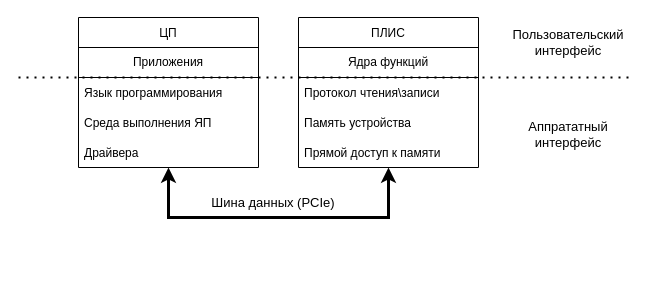
This is Архитектура системы.drawio from gHuwk/pics, a draw.io file, before an edit. Source tidied: cells renumbered, new cells numbered last; positions are measured from the earlier drawing's top-left corner, leaving out a move shared by most shapes. Both pictures are drawn from the tidied source at 100%, with x=0, y=0 at pixel (18, 17).
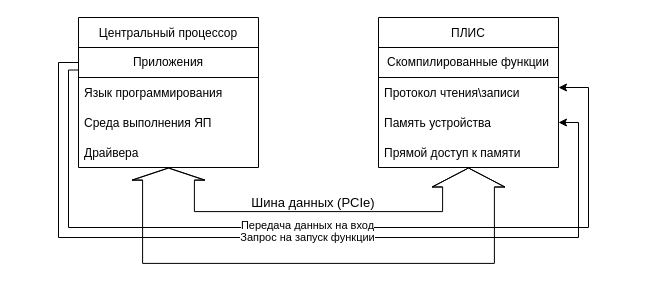
Above is the later version.

The change refers to these unchanged cells:
```xml
<mxCell id="3" value="Приложения" style="rounded=0;whiteSpace=wrap;html=1;" parent="2" vertex="1">
  <mxGeometry y="30" width="180" height="30" as="geometry" />
</mxCell>
<mxCell id="9" value="Протокол чтения\записи" style="text;strokeColor=none;fillColor=none;align=left;verticalAlign=middle;spacingLeft=4;spacingRight=4;overflow=hidden;points=[[0,0.5],[1,0.5]];portConstraint=eastwest;" parent="7" vertex="1">
  <mxGeometry y="60" width="180" height="30" as="geometry" />
</mxCell>
<mxCell id="10" value="Память устройства" style="text;strokeColor=none;fillColor=none;align=left;verticalAlign=middle;spacingLeft=4;spacingRight=4;overflow=hidden;points=[[0,0.5],[1,0.5]];portConstraint=eastwest;" parent="7" vertex="1">
  <mxGeometry y="90" width="180" height="30" as="geometry" />
</mxCell>
```

What changed in the source:
```diff
@@
-    <mxCell id="2" value="ЦП" style="swimlane;fontStyle=0;horizontal=1;startSize=30;" parent="1" vertex="1">
+    <mxCell id="2" value="Центральный процессор" style="swimlane;fontStyle=0;horizontal=1;startSize=30;" parent="1" vertex="1">
       <mxGeometry x="60" width="180" height="150" as="geometry" />
     </mxCell>
@@
     <mxCell id="7" value="ПЛИС" style="swimlane;fontStyle=0;horizontal=1;startSize=30;" parent="1" vertex="1">
-      <mxGeometry x="280" width="180" height="150" as="geometry" />
+      <mxGeometry x="360" width="180" height="150" as="geometry" />
     </mxCell>
-    <mxCell id="8" value="Ядра функций" style="rounded=0;whiteSpace=wrap;html=1;" parent="7" vertex="1">
+    <mxCell id="8" value="Скомпилированные функции" style="rounded=0;whiteSpace=wrap;html=1;" parent="7" vertex="1">
       <mxGeometry y="30" width="180" height="30" as="geometry" />
     </mxCell>
@@
-    <mxCell id="12" style="endArrow=none;dashed=1;html=1;dashPattern=1 3;strokeWidth=2;rounded=0;shadow=0;sketch=0;fontSize=33;" parent="1" edge="1">
-      <mxGeometry relative="1" as="geometry">
-        <mxPoint y="60" as="sourcePoint" />
-        <mxPoint x="610" y="60" as="targetPoint" />
-      </mxGeometry>
-    </mxCell>
-    <mxCell id="13" style="endArrow=classic;startArrow=classic;html=1;rounded=0;shadow=0;sketch=0;fontSize=7;strokeWidth=3;entryX=0.5;entryY=1;entryDx=0;entryDy=0;exitX=0.5;exitY=1;exitDx=0;exitDy=0;" parent="1" edge="1" source="7" target="2">
-      <mxGeometry relative="1" as="geometry">
-        <Array as="points">
-          <mxPoint x="370" y="200" />
-          <mxPoint x="150" y="200" />
-        </Array>
-      </mxGeometry>
-    </mxCell>
     <mxCell id="14" value="&lt;font style=&quot;font-size: 13px;&quot;&gt;Шина данных (PCIe)&lt;br&gt;&lt;/font&gt;" style="text;html=1;strokeColor=none;fillColor=none;align=center;verticalAlign=middle;whiteSpace=wrap;rounded=0;fontSize=7;" parent="1" vertex="1">
-      <mxGeometry x="190" y="170" width="130" height="30" as="geometry" />
+      <mxGeometry x="230" y="170" width="130" height="30" as="geometry" />
     </mxCell>
-    <mxCell id="15" value="Пользовательский интерфейс" style="text;html=1;strokeColor=none;fillColor=none;align=center;verticalAlign=middle;whiteSpace=wrap;rounded=0;fontSize=13;" parent="1" vertex="1">
-      <mxGeometry x="520" y="10" width="60" height="30" as="geometry" />
-    </mxCell>
-    <mxCell id="16" value="Аппрататный интерфейс&lt;br&gt;&lt;div&gt;&lt;br&gt;&lt;/div&gt;" style="text;html=1;strokeColor=none;fillColor=none;align=center;verticalAlign=middle;whiteSpace=wrap;rounded=0;fontSize=13;" parent="1" vertex="1">
-      <mxGeometry x="520" y="110" width="60" height="30" as="geometry" />
-    </mxCell>
+    <mxCell id="17" style="shape=flexArrow;endArrow=classic;startArrow=classic;html=1;rounded=0;width=51.794871794871796;startSize=3.7025641025641027;" parent="1" edge="1" source="2" target="7">
+      <mxGeometry relative="1" as="geometry">
+        <Array as="points">
+          <mxPoint x="150" y="220" />
+          <mxPoint x="450" y="220" />
+        </Array>
+      </mxGeometry>
+    </mxCell>
+    <mxCell id="18" style="edgeStyle=orthogonalEdgeStyle;rounded=0;jettySize=auto;html=1;exitX=0;exitY=0.75;exitDx=0;exitDy=0;" parent="1" edge="1" source="3" target="9">
+      <mxGeometry relative="1" as="geometry">
+        <Array as="points">
+          <mxPoint x="50" y="52" />
+          <mxPoint x="50" y="210" />
+          <mxPoint x="570" y="210" />
+          <mxPoint x="570" y="70" />
+        </Array>
+      </mxGeometry>
+    </mxCell>
+    <mxCell id="19" value="Передача данных на вход" style="edgeLabel;html=1;align=center;verticalAlign=middle;" parent="18" vertex="1">
+      <mxGeometry x="-0.04" y="3" relative="1" as="geometry">
+        <mxPoint x="-6" as="offset" />
+      </mxGeometry>
+    </mxCell>
+    <mxCell id="20" style="edgeStyle=orthogonalEdgeStyle;rounded=0;jettySize=auto;html=1;exitX=0;exitY=0.5;exitDx=0;exitDy=0;entryX=1;entryY=0.5;entryDx=0;entryDy=0;" parent="1" edge="1" source="3" target="10">
+      <mxGeometry relative="1" as="geometry">
+        <Array as="points">
+          <mxPoint x="40" y="45" />
+          <mxPoint x="40" y="220" />
+          <mxPoint x="560" y="220" />
+          <mxPoint x="560" y="105" />
+        </Array>
+      </mxGeometry>
+    </mxCell>
+    <mxCell id="21" value="Запрос на запуск функции" style="edgeLabel;html=1;align=center;verticalAlign=middle;" parent="20" vertex="1">
+      <mxGeometry x="0.09" y="1" relative="1" as="geometry">
+        <mxPoint x="-20" as="offset" />
+      </mxGeometry>
+    </mxCell>
```
